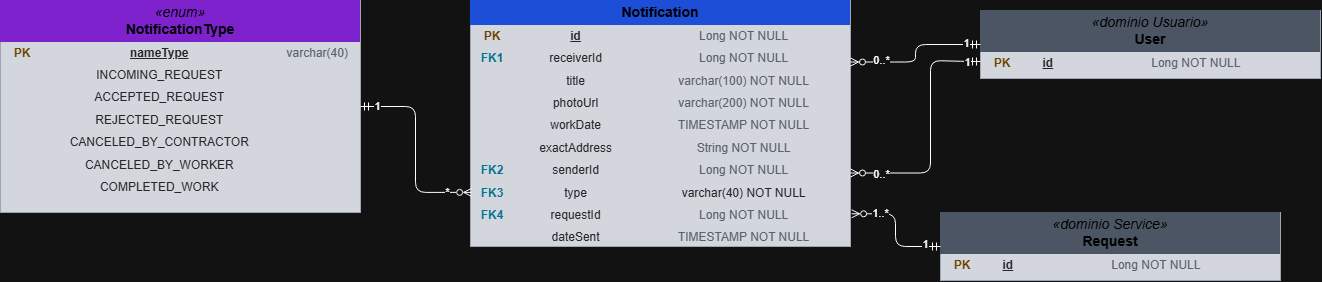
Before: src/main/resources/docs/uml/ER-Notification.png, a diagram exported from draw.io (JElaverdem/oficioya-notification). Source tidied: cells renumbered, new cells last; positions are measured from the earlier drawing's top-left corner, leaving out a move shared by most shapes.
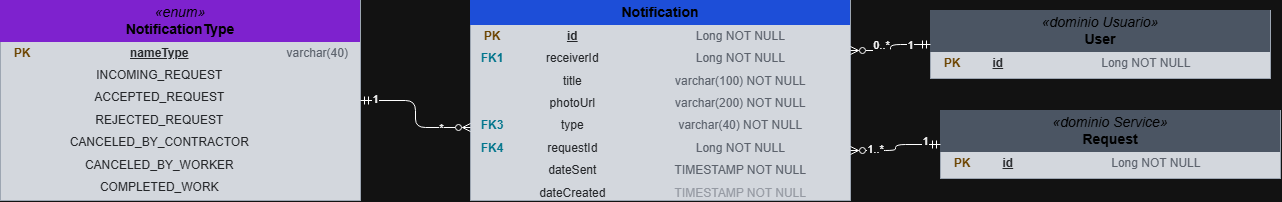
After the commit.

Change to the diagram source:
```diff
@@ -3,39 +3,43 @@
     <mxCell id="0" />
     <mxCell id="1" parent="0" />
     <mxCell id="2" value="&lt;table width=&quot;100%&quot; cellpadding=&quot;4&quot; cellspacing=&quot;0&quot; style=&quot;color: rgb(229, 231, 235); font-size: 12px;&quot;&gt;&lt;tbody&gt;&lt;tr&gt;&lt;td colspan=&quot;3&quot; align=&quot;center&quot; bgcolor=&quot;#7e22ce&quot;&gt;&lt;font color=&quot;#fff&quot; style=&quot;font-size: 14px;&quot;&gt;&lt;i&gt;«enum»&lt;/i&gt;&lt;br&gt;&lt;b&gt;NotificationType&lt;/b&gt;&lt;/font&gt;&lt;/td&gt;&lt;/tr&gt;&lt;tr&gt;&lt;td width=&quot;36&quot;&gt;&lt;font color=&quot;#facc15&quot;&gt;&lt;b&gt;PK&lt;/b&gt;&lt;/font&gt;&lt;/td&gt;&lt;td&gt;&lt;u&gt;&lt;b&gt;nameType&lt;/b&gt;&lt;/u&gt;&lt;/td&gt;&lt;td&gt;&lt;font color=&quot;#9ca3af&quot;&gt;varchar(40)&lt;/font&gt;&lt;/td&gt;&lt;/tr&gt;&lt;tr&gt;&lt;td width=&quot;36&quot;&gt;&lt;font color=&quot;#22d3ee&quot;&gt;&lt;b&gt;&lt;/b&gt;&lt;/font&gt;&lt;/td&gt;&lt;td&gt;INCOMING_REQUEST&lt;/td&gt;&lt;td&gt;&lt;font color=&quot;#9ca3af&quot;&gt;&lt;/font&gt;&lt;/td&gt;&lt;/tr&gt;&lt;tr&gt;&lt;td width=&quot;36&quot;&gt;&lt;font color=&quot;#22d3ee&quot;&gt;&lt;b&gt;&lt;/b&gt;&lt;/font&gt;&lt;/td&gt;&lt;td&gt;ACCEPTED_REQUEST&lt;/td&gt;&lt;td&gt;&lt;font color=&quot;#9ca3af&quot;&gt;&lt;/font&gt;&lt;/td&gt;&lt;/tr&gt;&lt;tr&gt;&lt;td width=&quot;36&quot;&gt;&lt;font color=&quot;#22d3ee&quot;&gt;&lt;b&gt;&lt;/b&gt;&lt;/font&gt;&lt;/td&gt;&lt;td&gt;REJECTED_REQUEST&lt;/td&gt;&lt;td&gt;&lt;font color=&quot;#9ca3af&quot;&gt;&lt;/font&gt;&lt;/td&gt;&lt;/tr&gt;&lt;tr&gt;&lt;td width=&quot;36&quot;&gt;&lt;font color=&quot;#22d3ee&quot;&gt;&lt;b&gt;&lt;/b&gt;&lt;/font&gt;&lt;/td&gt;&lt;td&gt;CANCELED_BY_CONTRACTOR&lt;/td&gt;&lt;td&gt;&lt;font color=&quot;#9ca3af&quot;&gt;&lt;/font&gt;&lt;/td&gt;&lt;/tr&gt;&lt;tr&gt;&lt;td width=&quot;36&quot;&gt;&lt;font color=&quot;#22d3ee&quot;&gt;&lt;b&gt;&lt;/b&gt;&lt;/font&gt;&lt;/td&gt;&lt;td&gt;CANCELED_BY_WORKER&lt;/td&gt;&lt;td&gt;&lt;font color=&quot;#9ca3af&quot;&gt;&lt;/font&gt;&lt;/td&gt;&lt;/tr&gt;&lt;tr&gt;&lt;td width=&quot;36&quot;&gt;&lt;font color=&quot;#22d3ee&quot;&gt;&lt;b&gt;&lt;/b&gt;&lt;/font&gt;&lt;/td&gt;&lt;td&gt;COMPLETED_WORK&lt;/td&gt;&lt;td&gt;&lt;font color=&quot;#9ca3af&quot;&gt;&lt;/font&gt;&lt;/td&gt;&lt;/tr&gt;&lt;/tbody&gt;&lt;/table&gt;" style="html=1;whiteSpace=wrap;overflow=fill;verticalAlign=top;fillColor=#161b22;strokeColor=#4b5563;fontColor=#e5e7eb;" parent="1" vertex="1">
-      <mxGeometry width="360" height="212" as="geometry" />
+      <mxGeometry width="360" height="200" as="geometry" />
     </mxCell>
-    <mxCell id="3" value="&lt;table width=&quot;100%&quot; cellpadding=&quot;4&quot; cellspacing=&quot;0&quot; style=&quot;color: rgb(229, 231, 235); font-size: 12px;&quot;&gt;&lt;tbody&gt;&lt;tr&gt;&lt;td colspan=&quot;3&quot; align=&quot;center&quot; bgcolor=&quot;#1d4ed8&quot;&gt;&lt;font color=&quot;#fff&quot; style=&quot;font-size: 14px;&quot;&gt;&lt;b&gt;Notification&lt;/b&gt;&lt;/font&gt;&lt;/td&gt;&lt;/tr&gt;&lt;tr&gt;&lt;td width=&quot;36&quot;&gt;&lt;font color=&quot;#facc15&quot;&gt;&lt;b&gt;PK&lt;/b&gt;&lt;/font&gt;&lt;/td&gt;&lt;td&gt;&lt;u&gt;&lt;b&gt;id&lt;/b&gt;&lt;/u&gt;&lt;/td&gt;&lt;td&gt;&lt;font color=&quot;#9ca3af&quot;&gt;Long NOT NULL&lt;/font&gt;&lt;/td&gt;&lt;/tr&gt;&lt;tr&gt;&lt;td width=&quot;36&quot;&gt;&lt;font color=&quot;#22d3ee&quot;&gt;&lt;b&gt;FK1&lt;/b&gt;&lt;/font&gt;&lt;/td&gt;&lt;td&gt;receiverId&lt;/td&gt;&lt;td&gt;&lt;font color=&quot;#9ca3af&quot;&gt;Long NOT NULL&lt;/font&gt;&lt;/td&gt;&lt;/tr&gt;&lt;tr&gt;&lt;td width=&quot;36&quot;&gt;&lt;font color=&quot;#22d3ee&quot;&gt;&lt;b&gt;&lt;/b&gt;&lt;/font&gt;&lt;/td&gt;&lt;td&gt;title&lt;/td&gt;&lt;td&gt;&lt;font color=&quot;#9ca3af&quot;&gt;varchar(100) NOT NULL&lt;/font&gt;&lt;/td&gt;&lt;/tr&gt;&lt;tr&gt;&lt;td width=&quot;36&quot;&gt;&lt;font color=&quot;#22d3ee&quot;&gt;&lt;b&gt;&lt;/b&gt;&lt;/font&gt;&lt;/td&gt;&lt;td&gt;photoUrl&lt;/td&gt;&lt;td&gt;&lt;font color=&quot;#9ca3af&quot;&gt;varchar(200) NOT NULL&lt;/font&gt;&lt;/td&gt;&lt;/tr&gt;&lt;tr&gt;&lt;td width=&quot;36&quot;&gt;&lt;font color=&quot;#22d3ee&quot;&gt;&lt;b&gt;&lt;/b&gt;&lt;/font&gt;&lt;/td&gt;&lt;td&gt;workDate&lt;/td&gt;&lt;td&gt;&lt;font color=&quot;#9ca3af&quot;&gt;TIMESTAMP NOT NULL&lt;/font&gt;&lt;/td&gt;&lt;/tr&gt;&lt;tr&gt;&lt;td width=&quot;36&quot;&gt;&lt;br&gt;&lt;/td&gt;&lt;td&gt;exactAddress&lt;/td&gt;&lt;td&gt;&lt;font color=&quot;#9ca3af&quot;&gt;String NOT NULL&lt;/font&gt;&lt;/td&gt;&lt;/tr&gt;&lt;tr&gt;&lt;td width=&quot;36&quot;&gt;&lt;b style=&quot;color: rgb(34, 211, 238);&quot;&gt;FK2&lt;/b&gt;&lt;/td&gt;&lt;td&gt;senderId&lt;/td&gt;&lt;td&gt;&lt;font color=&quot;#9ca3af&quot;&gt;Long NOT NULL&lt;/font&gt;&lt;/td&gt;&lt;/tr&gt;&lt;tr&gt;&lt;td&gt;&lt;b style=&quot;color: rgb(34, 211, 238);&quot;&gt;FK3&lt;/b&gt;&lt;/td&gt;&lt;td&gt;type&lt;/td&gt;&lt;td&gt;&lt;span style=&quot;color: light-dark(rgb(156, 163, 175), rgb(36, 38, 41));&quot;&gt;varchar(40) NOT NULL&lt;/span&gt;&lt;/td&gt;&lt;/tr&gt;&lt;tr&gt;&lt;td&gt;&lt;b style=&quot;color: rgb(34, 211, 238);&quot;&gt;FK4&lt;/b&gt;&lt;/td&gt;&lt;td&gt;requestId&lt;/td&gt;&lt;td&gt;&lt;span style=&quot;color: rgb(156, 163, 175);&quot;&gt;Long NOT NULL&lt;/span&gt;&lt;/td&gt;&lt;/tr&gt;&lt;tr&gt;&lt;td&gt;&lt;br&gt;&lt;/td&gt;&lt;td&gt;dateSent&lt;/td&gt;&lt;td&gt;&lt;span style=&quot;color: rgb(156, 163, 175);&quot;&gt;TIMESTAMP NOT NULL&lt;/span&gt;&lt;/td&gt;&lt;/tr&gt;&lt;/tbody&gt;&lt;/table&gt;" style="html=1;whiteSpace=wrap;overflow=fill;verticalAlign=top;fillColor=#161b22;strokeColor=#4b5563;fontColor=#e5e7eb;" parent="1" vertex="1">
-      <mxGeometry x="470" width="380" height="246" as="geometry" />
+    <mxCell id="3" value="&lt;table width=&quot;100%&quot; cellpadding=&quot;4&quot; cellspacing=&quot;0&quot; style=&quot;color: rgb(229, 231, 235); font-size: 12px;&quot;&gt;&lt;tbody&gt;&lt;tr&gt;&lt;td colspan=&quot;3&quot; align=&quot;center&quot; bgcolor=&quot;#1d4ed8&quot;&gt;&lt;font color=&quot;#fff&quot; style=&quot;font-size: 14px;&quot;&gt;&lt;b&gt;Notification&lt;/b&gt;&lt;/font&gt;&lt;/td&gt;&lt;/tr&gt;&lt;tr&gt;&lt;td width=&quot;36&quot;&gt;&lt;font color=&quot;#facc15&quot;&gt;&lt;b&gt;PK&lt;/b&gt;&lt;/font&gt;&lt;/td&gt;&lt;td&gt;&lt;u&gt;&lt;b&gt;id&lt;/b&gt;&lt;/u&gt;&lt;/td&gt;&lt;td&gt;&lt;font color=&quot;#9ca3af&quot;&gt;Long NOT NULL&lt;/font&gt;&lt;/td&gt;&lt;/tr&gt;&lt;tr&gt;&lt;td width=&quot;36&quot;&gt;&lt;font color=&quot;#22d3ee&quot;&gt;&lt;b&gt;FK1&lt;/b&gt;&lt;/font&gt;&lt;/td&gt;&lt;td&gt;receiverId&lt;/td&gt;&lt;td&gt;&lt;font color=&quot;#9ca3af&quot;&gt;Long NOT NULL&lt;/font&gt;&lt;/td&gt;&lt;/tr&gt;&lt;tr&gt;&lt;td width=&quot;36&quot;&gt;&lt;font color=&quot;#22d3ee&quot;&gt;&lt;b&gt;&lt;/b&gt;&lt;/font&gt;&lt;/td&gt;&lt;td&gt;title&lt;/td&gt;&lt;td&gt;&lt;font color=&quot;#9ca3af&quot;&gt;varchar(100) NOT NULL&lt;/font&gt;&lt;/td&gt;&lt;/tr&gt;&lt;tr&gt;&lt;td width=&quot;36&quot;&gt;&lt;font color=&quot;#22d3ee&quot;&gt;&lt;b&gt;&lt;/b&gt;&lt;/font&gt;&lt;/td&gt;&lt;td&gt;photoUrl&lt;/td&gt;&lt;td&gt;&lt;font color=&quot;#9ca3af&quot;&gt;varchar(200) NOT NULL&lt;/font&gt;&lt;/td&gt;&lt;/tr&gt;&lt;tr&gt;&lt;td&gt;&lt;b style=&quot;color: rgb(34, 211, 238);&quot;&gt;FK3&lt;/b&gt;&lt;/td&gt;&lt;td&gt;type&lt;/td&gt;&lt;td&gt;&lt;span style=&quot;color: rgb(156, 163, 175);&quot;&gt;varchar(40) NOT NULL&lt;/span&gt;&lt;/td&gt;&lt;/tr&gt;&lt;tr&gt;&lt;td&gt;&lt;b style=&quot;color: rgb(34, 211, 238);&quot;&gt;FK4&lt;/b&gt;&lt;/td&gt;&lt;td&gt;requestId&lt;/td&gt;&lt;td&gt;&lt;span style=&quot;color: rgb(156, 163, 175);&quot;&gt;Long NOT NULL&lt;/span&gt;&lt;/td&gt;&lt;/tr&gt;&lt;tr&gt;&lt;td&gt;&lt;br&gt;&lt;/td&gt;&lt;td&gt;dateSent&lt;/td&gt;&lt;td&gt;&lt;span style=&quot;color: rgb(156, 163, 175);&quot;&gt;TIMESTAMP NOT NULL&lt;/span&gt;&lt;/td&gt;&lt;/tr&gt;&lt;tr&gt;&lt;td&gt;&lt;br&gt;&lt;/td&gt;&lt;td&gt;dateCreated&lt;/td&gt;&lt;td&gt;&lt;span style=&quot;color: rgb(92, 98, 108);&quot;&gt;TIMESTAMP NOT NULL&lt;/span&gt;&lt;/td&gt;&lt;/tr&gt;&lt;/tbody&gt;&lt;/table&gt;" style="html=1;whiteSpace=wrap;overflow=fill;verticalAlign=top;fillColor=#161b22;strokeColor=#4b5563;fontColor=#e5e7eb;" parent="1" vertex="1">
+      <mxGeometry x="470" width="380" height="200" as="geometry" />
     </mxCell>
     <mxCell id="4" value="&lt;table width=&quot;100%&quot; cellpadding=&quot;4&quot; cellspacing=&quot;0&quot; style=&quot;color: rgb(229, 231, 235); font-size: 12px;&quot;&gt;&lt;tbody&gt;&lt;tr&gt;&lt;td colspan=&quot;3&quot; align=&quot;center&quot; bgcolor=&quot;#4b5563&quot;&gt;&lt;font color=&quot;#fff&quot; style=&quot;font-size: 14px;&quot;&gt;&lt;i&gt;«dominio Usuario»&lt;/i&gt;&lt;br&gt;&lt;b&gt;User&lt;/b&gt;&lt;/font&gt;&lt;/td&gt;&lt;/tr&gt;&lt;tr&gt;&lt;td width=&quot;36&quot;&gt;&lt;font color=&quot;#facc15&quot;&gt;&lt;b&gt;PK&lt;/b&gt;&lt;/font&gt;&lt;/td&gt;&lt;td&gt;&lt;u&gt;&lt;b&gt;id&lt;/b&gt;&lt;/u&gt;&lt;/td&gt;&lt;td&gt;&lt;font color=&quot;#9ca3af&quot;&gt;Long NOT NULL&lt;/font&gt;&lt;/td&gt;&lt;/tr&gt;&lt;/tbody&gt;&lt;/table&gt;" style="html=1;whiteSpace=wrap;overflow=fill;verticalAlign=top;fillColor=#161b22;strokeColor=#4b5563;fontColor=#e5e7eb;" parent="1" vertex="1">
-      <mxGeometry x="980" y="10" width="340" height="68" as="geometry" />
+      <mxGeometry x="930" y="10" width="340" height="68" as="geometry" />
     </mxCell>
     <mxCell id="5" value="&lt;table width=&quot;100%&quot; cellpadding=&quot;4&quot; cellspacing=&quot;0&quot; style=&quot;color: rgb(229, 231, 235); font-size: 12px;&quot;&gt;&lt;tbody&gt;&lt;tr&gt;&lt;td colspan=&quot;3&quot; align=&quot;center&quot; bgcolor=&quot;#4b5563&quot;&gt;&lt;font color=&quot;#fff&quot; style=&quot;font-size: 14px;&quot;&gt;&lt;i&gt;«dominio Service»&lt;/i&gt;&lt;br&gt;&lt;b&gt;Request&lt;/b&gt;&lt;/font&gt;&lt;/td&gt;&lt;/tr&gt;&lt;tr&gt;&lt;td width=&quot;36&quot;&gt;&lt;font color=&quot;#facc15&quot;&gt;&lt;b&gt;PK&lt;/b&gt;&lt;/font&gt;&lt;/td&gt;&lt;td&gt;&lt;u&gt;&lt;b&gt;id&lt;/b&gt;&lt;/u&gt;&lt;/td&gt;&lt;td&gt;&lt;font color=&quot;#9ca3af&quot;&gt;Long NOT NULL&lt;/font&gt;&lt;/td&gt;&lt;/tr&gt;&lt;/tbody&gt;&lt;/table&gt;" style="html=1;whiteSpace=wrap;overflow=fill;verticalAlign=top;fillColor=#161b22;strokeColor=#4b5563;fontColor=#e5e7eb;" parent="1" vertex="1">
-      <mxGeometry x="940" y="212" width="340" height="68" as="geometry" />
+      <mxGeometry x="940" y="110" width="340" height="68" as="geometry" />
     </mxCell>
-    <mxCell id="6" style="edgeStyle=orthogonalEdgeStyle;html=1;startArrow=ERmandOne;endArrow=ERzeroToMany;startFill=0;endFill=0;strokeColor=default;fontColor=#e5e7eb;labelBackgroundColor=#0f1117;entryX=0.003;entryY=0.78;entryDx=0;entryDy=0;entryPerimeter=0;" parent="1" edge="1" source="2" target="3">
-      <mxGeometry x="-0.21" relative="1" as="geometry" />
+    <mxCell id="6" style="edgeStyle=orthogonalEdgeStyle;html=1;startArrow=ERmandOne;endArrow=ERzeroToMany;startFill=0;endFill=0;strokeColor=default;fontColor=#e5e7eb;labelBackgroundColor=#0f1117;entryX=0;entryY=0.635;entryDx=0;entryDy=0;entryPerimeter=0;" parent="1" edge="1" source="2" target="3">
+      <mxGeometry x="-0.04" relative="1" as="geometry" />
     </mxCell>
     <mxCell id="7" value="1" style="edgeLabel;html=1;align=center;verticalAlign=middle;" parent="6" vertex="1">
-      <mxGeometry x="-0.84" y="1" relative="1" as="geometry" />
+      <mxGeometry x="-0.8" y="1" relative="1" as="geometry" />
     </mxCell>
     <mxCell id="8" value="*" style="edgeLabel;html=1;align=center;verticalAlign=middle;" parent="6" vertex="1">
-      <mxGeometry x="0.75" relative="1" as="geometry" />
+      <mxGeometry x="0.75" relative="1" as="geometry">
+        <mxPoint x="-13" as="offset" />
+      </mxGeometry>
     </mxCell>
     <mxCell id="9" style="edgeStyle=orthogonalEdgeStyle;html=1;startArrow=ERmandOne;endArrow=ERzeroToMany;startFill=0;endFill=0;strokeColor=default;fontColor=#e5e7eb;labelBackgroundColor=#0f1117;entryX=1;entryY=0.25;entryDx=0;entryDy=0;" parent="1" edge="1" source="4" target="3">
       <mxGeometry relative="1" as="geometry" />
     </mxCell>
     <mxCell id="10" value="0..*" style="edgeLabel;html=1;align=center;verticalAlign=middle;" parent="9" vertex="1">
       <mxGeometry x="0.68" y="-2" relative="1" as="geometry">
-        <mxPoint x="7" as="offset" />
+        <mxPoint x="16" y="-4" as="offset" />
       </mxGeometry>
     </mxCell>
     <mxCell id="11" value="1" style="edgeLabel;html=1;align=center;verticalAlign=middle;" parent="9" vertex="1">
-      <mxGeometry x="-0.79" y="-2" relative="1" as="geometry" />
+      <mxGeometry x="-0.79" y="-2" relative="1" as="geometry">
+        <mxPoint x="-11" y="2" as="offset" />
+      </mxGeometry>
     </mxCell>
-    <mxCell id="12" style="edgeStyle=orthogonalEdgeStyle;html=1;startArrow=ERmandOne;endArrow=ERzeroToMany;startFill=0;endFill=0;strokeColor=default;fontColor=#e5e7eb;labelBackgroundColor=none;entryX=1.003;entryY=0.867;entryDx=0;entryDy=0;entryPerimeter=0;" parent="1" edge="1" source="5" target="3">
-      <mxGeometry x="-0.14" relative="1" as="geometry" />
+    <mxCell id="12" style="edgeStyle=orthogonalEdgeStyle;html=1;startArrow=ERmandOne;endArrow=ERzeroToMany;startFill=0;endFill=0;strokeColor=default;fontColor=#e5e7eb;labelBackgroundColor=none;entryX=1;entryY=0.75;entryDx=0;entryDy=0;" parent="1" edge="1" source="5" target="3">
+      <mxGeometry x="0.06" relative="1" as="geometry" />
     </mxCell>
     <mxCell id="13" value="&lt;span&gt;1..*&lt;/span&gt;" style="edgeLabel;html=1;align=center;verticalAlign=middle;" parent="12" vertex="1">
       <mxGeometry x="0.63" y="-1" relative="1" as="geometry">
@@ -43,25 +47,7 @@
       </mxGeometry>
     </mxCell>
     <mxCell id="14" value="1" style="edgeLabel;html=1;align=center;verticalAlign=middle;" parent="12" vertex="1">
-      <mxGeometry x="-0.74" y="-3" relative="1" as="geometry" />
+      <mxGeometry x="-0.67" y="-3" relative="1" as="geometry" />
     </mxCell>
-    <mxCell id="15" style="edgeStyle=orthogonalEdgeStyle;html=1;startArrow=ERmandOne;endArrow=ERzeroToMany;startFill=0;endFill=0;strokeColor=default;fontColor=#e5e7eb;labelBackgroundColor=#0f1117;exitX=0;exitY=0.75;exitDx=0;exitDy=0;" parent="1" edge="1" source="4" target="3">
-      <mxGeometry x="0.06" relative="1" as="geometry">
-        <Array as="points">
-          <mxPoint x="970" y="61" />
-          <mxPoint x="970" y="60" />
-          <mxPoint x="930" y="60" />
-          <mxPoint x="930" y="172.5" />
-        </Array>
-      </mxGeometry>
-    </mxCell>
-    <mxCell id="16" value="0..*" style="edgeLabel;html=1;align=center;verticalAlign=middle;" parent="15" vertex="1">
-      <mxGeometry x="0.82" y="1" relative="1" as="geometry">
-        <mxPoint x="8" as="offset" />
-      </mxGeometry>
-    </mxCell>
-    <mxCell id="17" value="1" style="edgeLabel;html=1;align=center;verticalAlign=middle;" parent="15" vertex="1">
-      <mxGeometry x="-0.88" y="1" relative="1" as="geometry" />
-    </mxCell>
   </root>
 </mxGraphModel>
```
